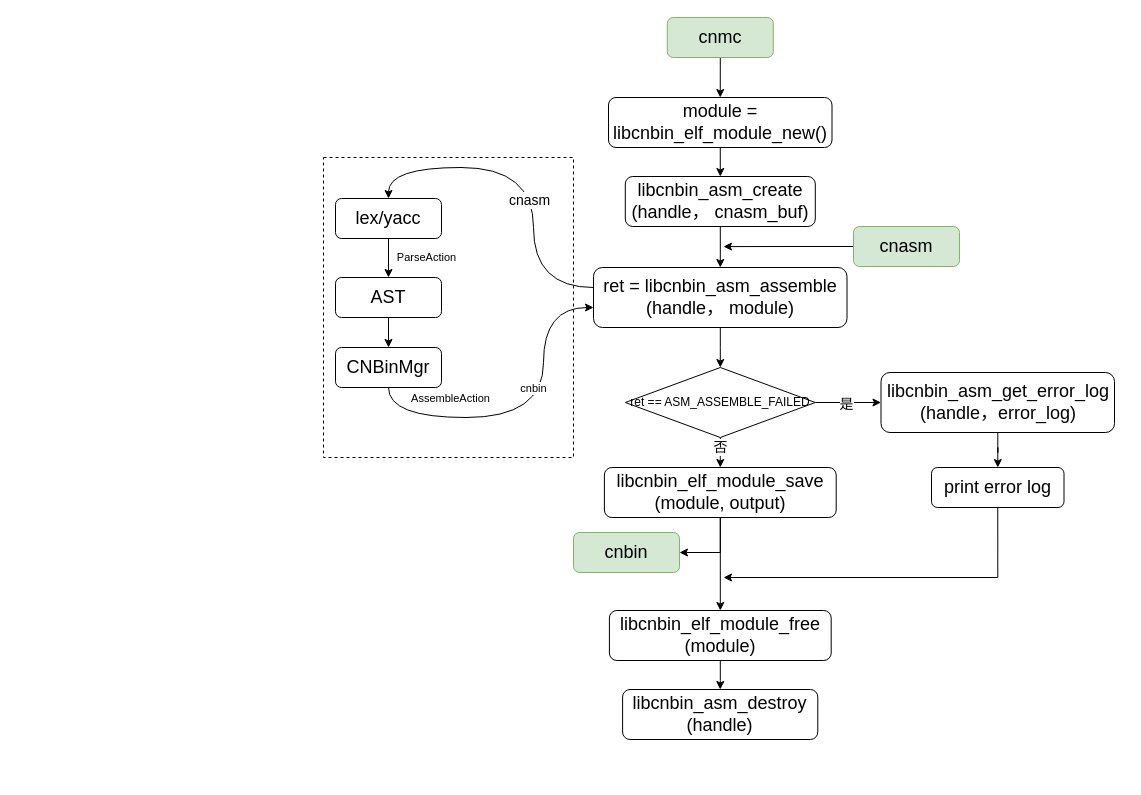
The draw.io diagram cnasm总体设计.drawio in liyp1120/draw.io, before the edit. Source tidied: cells renumbered, new cells numbered last; positions are measured from the earlier drawing's top-left corner, leaving out a move shared by most shapes. Both pictures are drawn from the tidied source at 100%, with x=0, y=0 at pixel (323, 17).
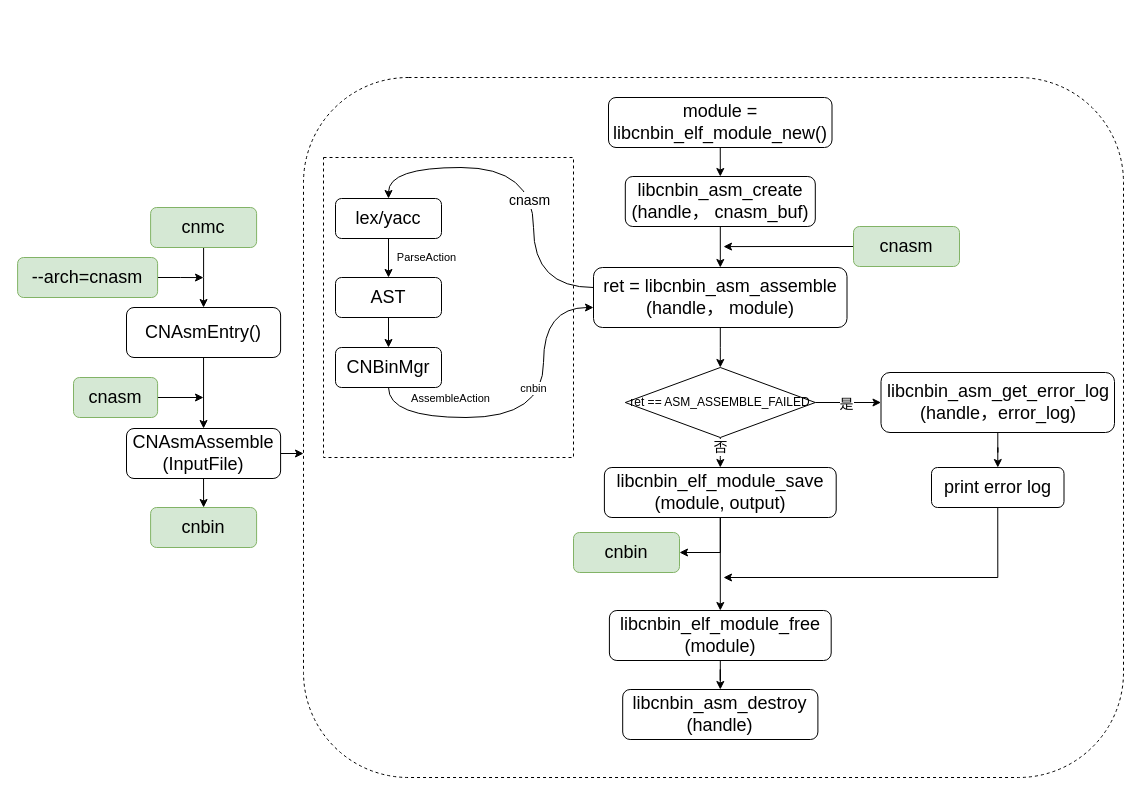
After the change.

The change refers to these unchanged cells:
```xml
<mxCell id="17" value="&lt;span style=&quot;font-size: 18px;&quot;&gt;module = &lt;br&gt;libcnbin_elf_module_new()&lt;/span&gt;" style="rounded=1;whiteSpace=wrap;html=1;fontSize=12;glass=0;strokeWidth=1;shadow=0;" parent="1" vertex="1">
  <mxGeometry x="285" y="80" width="223.5" height="50" as="geometry" />
</mxCell>
```

The edit, as a diff of the source:
```diff
@@
-    <mxCell id="2" style="edgeStyle=orthogonalEdgeStyle;rounded=0;jettySize=auto;html=1;exitX=0.5;exitY=1;exitDx=0;exitDy=0;entryX=0.5;entryY=0;entryDx=0;entryDy=0;" parent="1" edge="1" source="3" target="17">
-      <mxGeometry relative="1" as="geometry" />
-    </mxCell>
+    <mxCell id="40" style="edgeStyle=orthogonalEdgeStyle;rounded=0;jettySize=auto;html=1;exitX=0.5;exitY=1;exitDx=0;exitDy=0;entryX=0.5;entryY=0;entryDx=0;entryDy=0;" parent="1" edge="1" source="3" target="42">
+      <mxGeometry relative="1" as="geometry" />
+    </mxCell>
     <mxCell id="3" value="&lt;span style=&quot;font-size: 18px;&quot;&gt;cnmc&lt;/span&gt;" style="rounded=1;whiteSpace=wrap;html=1;fontSize=12;glass=0;strokeWidth=1;shadow=0;fillColor=#d5e8d4;strokeColor=#82b366;" parent="1" vertex="1">
-      <mxGeometry x="343.8" width="106" height="40" as="geometry" />
+      <mxGeometry x="-172.9" y="190" width="106" height="40" as="geometry" />
     </mxCell>
@@
     <mxCell id="23" value="&lt;span style=&quot;font-size: 18px;&quot;&gt;libcnbin_asm_destroy&lt;br&gt;(handle)&lt;/span&gt;" style="rounded=1;whiteSpace=wrap;html=1;fontSize=12;glass=0;strokeWidth=1;shadow=0;" parent="1" vertex="1">
-      <mxGeometry x="299.1" y="672" width="195.2" height="50" as="geometry" />
+      <mxGeometry x="299.2" y="672" width="195.2" height="50" as="geometry" />
     </mxCell>
@@
+    <mxCell id="41" style="edgeStyle=orthogonalEdgeStyle;rounded=0;jettySize=auto;html=1;exitX=0.5;exitY=1;exitDx=0;exitDy=0;entryX=0.5;entryY=0;entryDx=0;entryDy=0;" parent="1" edge="1" source="42" target="45">
+      <mxGeometry relative="1" as="geometry" />
+    </mxCell>
+    <mxCell id="42" value="&lt;span style=&quot;font-size: 18px;&quot;&gt;CNAsmEntry()&lt;/span&gt;" style="rounded=1;whiteSpace=wrap;html=1;fontSize=12;glass=0;strokeWidth=1;shadow=0;" parent="1" vertex="1">
+      <mxGeometry x="-197" y="290" width="154.1" height="50" as="geometry" />
+    </mxCell>
+    <mxCell id="43" style="edgeStyle=orthogonalEdgeStyle;rounded=0;jettySize=auto;html=1;exitX=0.5;exitY=1;exitDx=0;exitDy=0;entryX=0.5;entryY=0;entryDx=0;entryDy=0;" parent="1" edge="1" source="45" target="48">
+      <mxGeometry relative="1" as="geometry" />
+    </mxCell>
+    <mxCell id="44" style="edgeStyle=orthogonalEdgeStyle;rounded=0;jettySize=auto;html=1;exitX=1;exitY=0.5;exitDx=0;exitDy=0;entryX=0;entryY=0.537;entryDx=0;entryDy=0;entryPerimeter=0;" parent="1" edge="1" source="45" target="51">
+      <mxGeometry relative="1" as="geometry" />
+    </mxCell>
+    <mxCell id="45" value="&lt;span style=&quot;font-size: 18px;&quot;&gt;CNAsmAssemble&lt;br&gt;(InputFile)&lt;/span&gt;" style="rounded=1;whiteSpace=wrap;html=1;fontSize=12;glass=0;strokeWidth=1;shadow=0;" parent="1" vertex="1">
+      <mxGeometry x="-197" y="411" width="154.1" height="50" as="geometry" />
+    </mxCell>
+    <mxCell id="46" style="edgeStyle=orthogonalEdgeStyle;rounded=0;jettySize=auto;html=1;exitX=1;exitY=0.5;exitDx=0;exitDy=0;" parent="1" edge="1" source="47">
+      <mxGeometry relative="1" as="geometry">
+        <mxPoint x="-120" y="260.1" as="targetPoint" />
+      </mxGeometry>
+    </mxCell>
+    <mxCell id="47" value="&lt;font style=&quot;font-size: 18px;&quot;&gt;--arch=cnasm&lt;/font&gt;" style="rounded=1;whiteSpace=wrap;html=1;fontSize=12;glass=0;strokeWidth=1;shadow=0;fillColor=#d5e8d4;strokeColor=#82b366;" parent="1" vertex="1">
+      <mxGeometry x="-305.9" y="240" width="140" height="40" as="geometry" />
+    </mxCell>
+    <mxCell id="48" value="&lt;font style=&quot;font-size: 18px;&quot;&gt;cnbin&lt;/font&gt;" style="rounded=1;whiteSpace=wrap;html=1;fontSize=12;glass=0;strokeWidth=1;shadow=0;fillColor=#d5e8d4;strokeColor=#82b366;" parent="1" vertex="1">
+      <mxGeometry x="-172.9" y="490" width="106" height="40" as="geometry" />
+    </mxCell>
+    <mxCell id="49" style="edgeStyle=orthogonalEdgeStyle;rounded=0;orthogonalLoop=1;jettySize=auto;html=1;exitX=1;exitY=0.5;exitDx=0;exitDy=0;" parent="1" edge="1">
+      <mxGeometry relative="1" as="geometry">
+        <mxPoint x="-172.9" y="380" as="sourcePoint" />
+        <mxPoint x="-120" y="380" as="targetPoint" />
+      </mxGeometry>
+    </mxCell>
+    <mxCell id="50" value="&lt;font style=&quot;font-size: 18px;&quot;&gt;cnasm&lt;/font&gt;" style="rounded=1;whiteSpace=wrap;html=1;fontSize=12;glass=0;strokeWidth=1;shadow=0;fillColor=#d5e8d4;strokeColor=#82b366;" parent="1" vertex="1">
+      <mxGeometry x="-250" y="360" width="84.1" height="40" as="geometry" />
+    </mxCell>
+    <mxCell id="51" style="rounded=1;whiteSpace=wrap;html=1;fillColor=none;dashed=1;" parent="1" vertex="1">
+      <mxGeometry x="-20" y="60" width="820" height="700" as="geometry" />
+    </mxCell>
```
